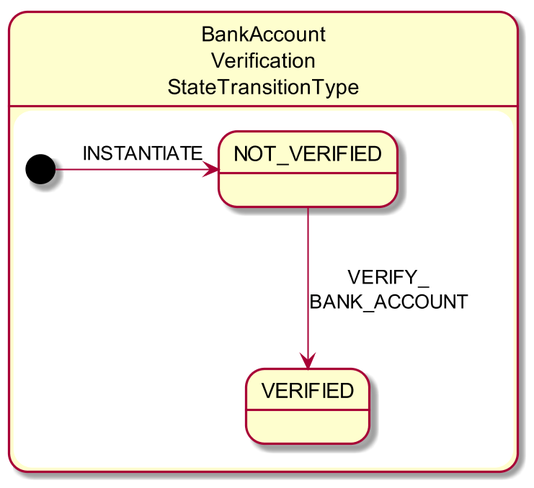
Above: adocs/documentation/src/main/asciidoc/bank-account-verification-state-chart.png in estatio/estatio (PlantUML), before the change. Source of this version:
```plantuml
@startuml
skinparam dpi 200

state "BankAccount\nVerification\nStateTransitionType" as bbv {

    state "NOT_VERIFIED" as bbv_not_verified
    state "VERIFIED" as bbv_verified

    [*] --right--> bbv_not_verified: \n  INSTANTIATE
    bbv_not_verified -down--> bbv_verified: VERIFY_\nBANK_ACCOUNT

}
@enduml
```
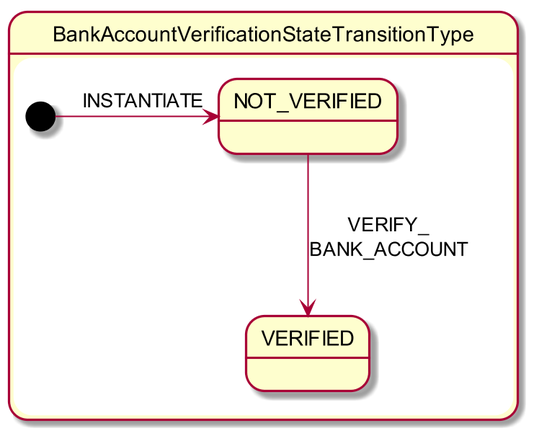
The same file after the commit.

Change to the diagram source:
```diff
@@ -1,7 +1,7 @@
 @startuml
 skinparam dpi 200
 
-state "BankAccount\nVerification\nStateTransitionType" as bbv {
+state "BankAccountVerificationStateTransitionType" as bbv {
 
     state "NOT_VERIFIED" as bbv_not_verified
     state "VERIFIED" as bbv_verified
```
